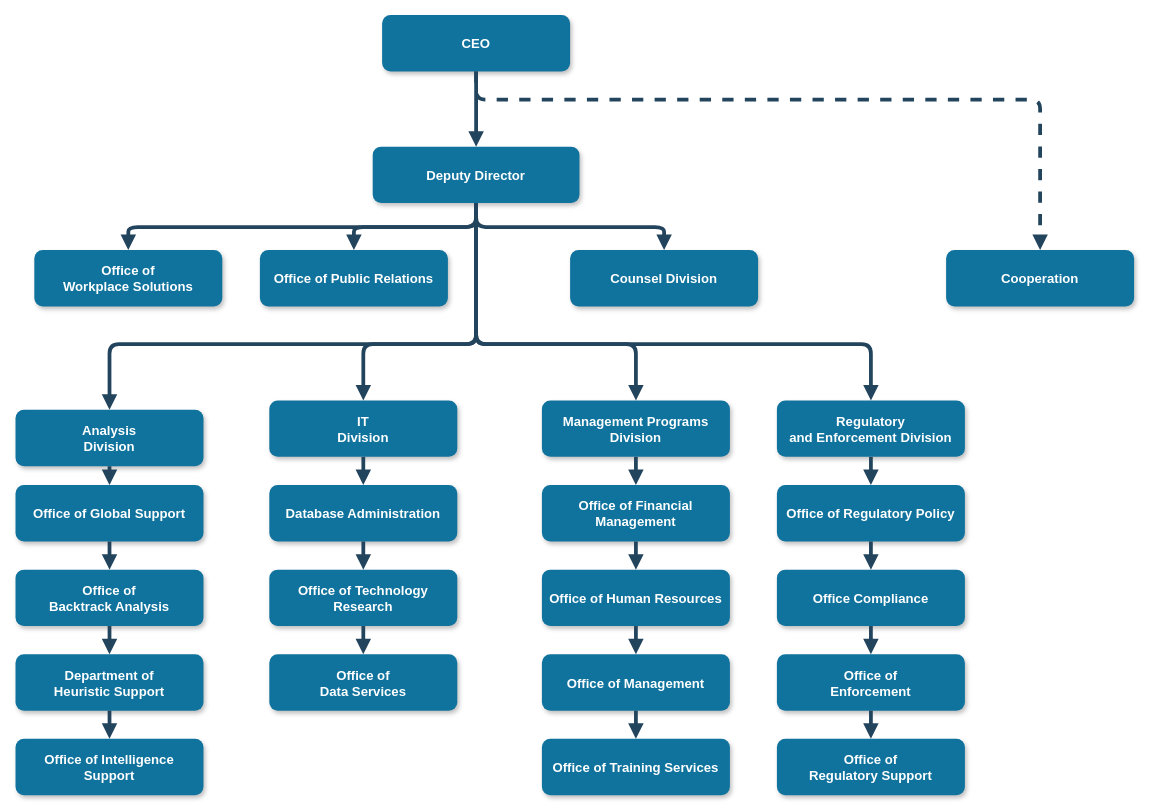
zhuge-ss/Pku-CCP-course keeps this draw.io diagram as Untitled Diagram.drawio. Above is the earlier version. Source tidied: cells renumbered, new cells numbered last; positions are measured from the earlier drawing's top-left corner, leaving out a move shared by most shapes. Both pictures are drawn from the tidied source at 94%, with x=0, y=0 at pixel (15, 15).
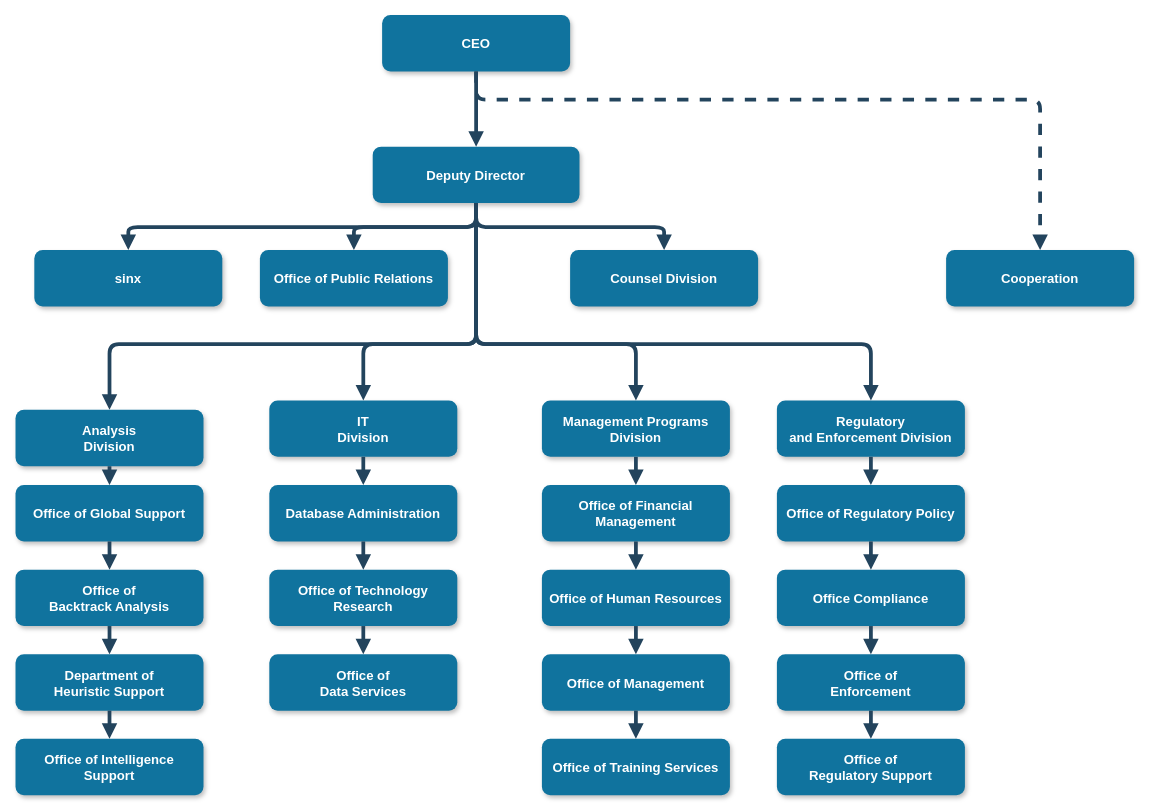
After the change.

What changed in the source:
```diff
@@
-    <mxCell id="4" value="Office of &#10;Workplace Solutions" style="rounded=1;fillColor=#10739E;strokeColor=none;shadow=1;gradientColor=none;fontStyle=1;fontColor=#FFFFFF;fontSize=14;" parent="1" vertex="1">
+    <mxCell id="4" value="sinx" style="rounded=1;fillColor=#10739E;strokeColor=none;shadow=1;gradientColor=none;fontStyle=1;fontColor=#FFFFFF;fontSize=14;" parent="1" vertex="1">
       <mxGeometry x="20" y="249.5" width="200" height="60" as="geometry" />
     </mxCell>
```
